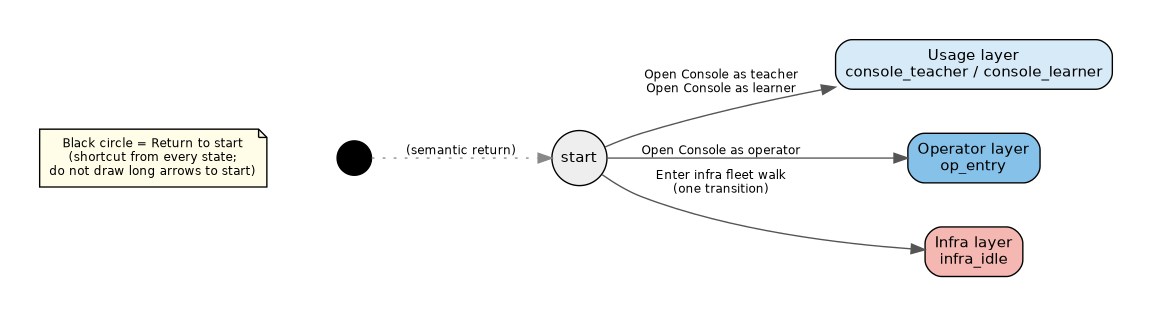
koenswings/agent-engine-dev keeps this Graphviz diagram as proposals/duration-tests-hub.png. Above is the earlier version. Its source is kept beside it as proposals/duration-tests-hub.dot. The source it was exported from:
```dot
digraph DurationTestsHub {
  rankdir=LR;
  size="12,5!";
  bgcolor="white";
  pad="0.40";
  nodesep="0.45";
  ranksep="0.70";
  fontname="Helvetica";
  node [shape=box, style="rounded,filled", fontname="Helvetica", fontsize=11, margin="0.10,0.08"];
  edge [fontname="Helvetica", fontsize=9, color="#555555"];

  start [label="start", shape=circle, width=0.55, height=0.55, fixedsize=true, fillcolor="#eeeeee", style=filled, fontsize=11];
  start_return [label="", shape=circle, width=0.35, height=0.35, fixedsize=true, fillcolor="black", style=filled, color="black"];
  legend [label="Black circle = Return to start\n(shortcut from every state;\ndo not draw long arrows to start)", shape=note, fillcolor="#FFFDE7", fontsize=9];

  usage_root [label="Usage layer\nconsole_teacher / console_learner", fillcolor="#D6EAF8"];
  op_root [label="Operator layer\nop_entry", fillcolor="#85C1E9"];
  infra_root [label="Infra layer\ninfra_idle", fillcolor="#F5B7B1"];

  start -> usage_root [label="Open Console as teacher\nOpen Console as learner"];
  start -> op_root [label="Open Console as operator"];
  start -> infra_root [label="Enter infra fleet walk\n(one transition)"];

  start_return -> start [label="(semantic return)", style=dotted, color="#888888"];
  legend -> start_return [style=invis];
}
```
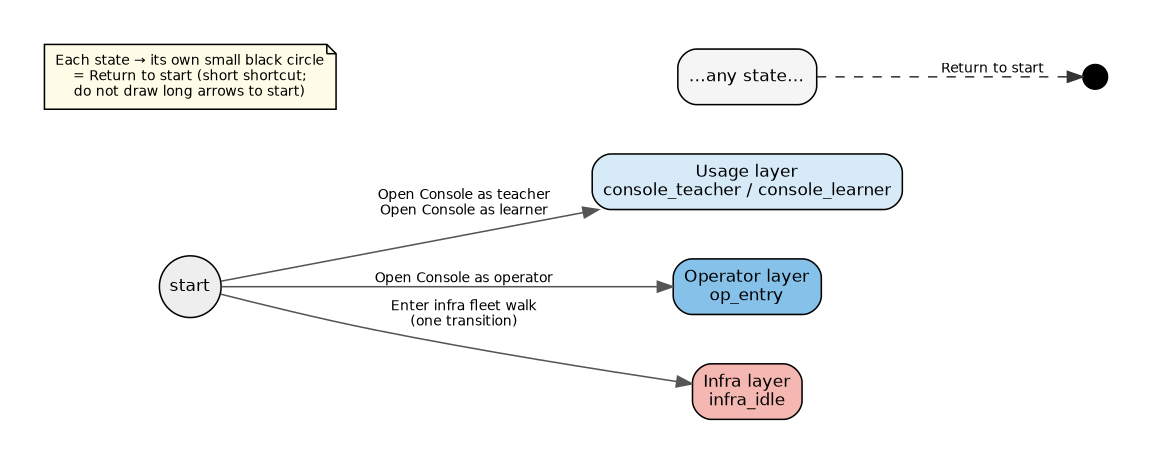
Later version of the same file.

The edit, as a diff of the source:
```diff
@@ -10,17 +10,20 @@
   edge [fontname="Helvetica", fontsize=9, color="#555555"];
 
   start [label="start", shape=circle, width=0.55, height=0.55, fixedsize=true, fillcolor="#eeeeee", style=filled, fontsize=11];
-  start_return [label="", shape=circle, width=0.35, height=0.35, fixedsize=true, fillcolor="black", style=filled, color="black"];
-  legend [label="Black circle = Return to start\n(shortcut from every state;\ndo not draw long arrows to start)", shape=note, fillcolor="#FFFDE7", fontsize=9];
+  legend [label="Each state → its own small black circle\n= Return to start (short shortcut;\ndo not draw long arrows to start)", shape=note, fillcolor="#FFFDE7", fontsize=9];
 
   usage_root [label="Usage layer\nconsole_teacher / console_learner", fillcolor="#D6EAF8"];
   op_root [label="Operator layer\nop_entry", fillcolor="#85C1E9"];
   infra_root [label="Infra layer\ninfra_idle", fillcolor="#F5B7B1"];
 
+  # Example of the per-state shortcut pattern (not a shared sink)
+  example_state [label="…any state…", fillcolor="#F5F5F5"];
+  example_ret [label="", shape=circle, width=0.22, height=0.22, fixedsize=true, fillcolor="black", style=filled, color="black"];
+
   start -> usage_root [label="Open Console as teacher\nOpen Console as learner"];
   start -> op_root [label="Open Console as operator"];
   start -> infra_root [label="Enter infra fleet walk\n(one transition)"];
 
-  start_return -> start [label="(semantic return)", style=dotted, color="#888888"];
-  legend -> start_return [style=invis];
+  example_state -> example_ret [label="Return to start", style=dashed, color="#333333"];
+  legend -> example_state [style=invis];
 }
```
